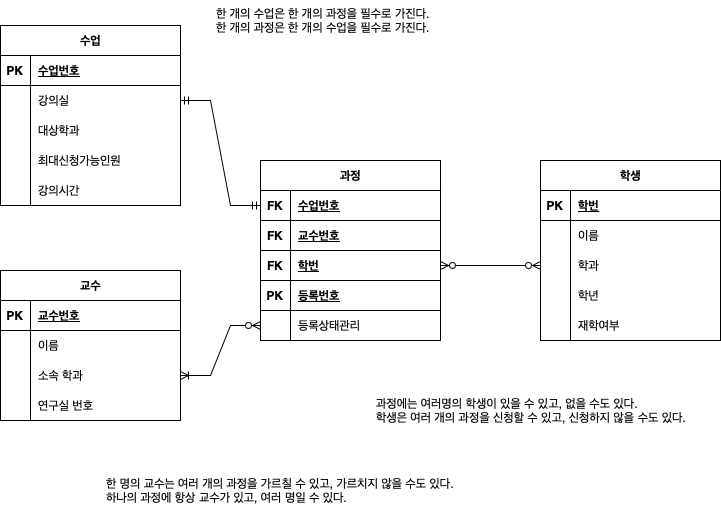
Earlier version of the draw.io export Data Modeling/수강신청.drawio.png (ikkjun/SQL). Source tidied: cells renumbered, new cells last; positions are measured from the earlier drawing's top-left corner, leaving out a move shared by most shapes.
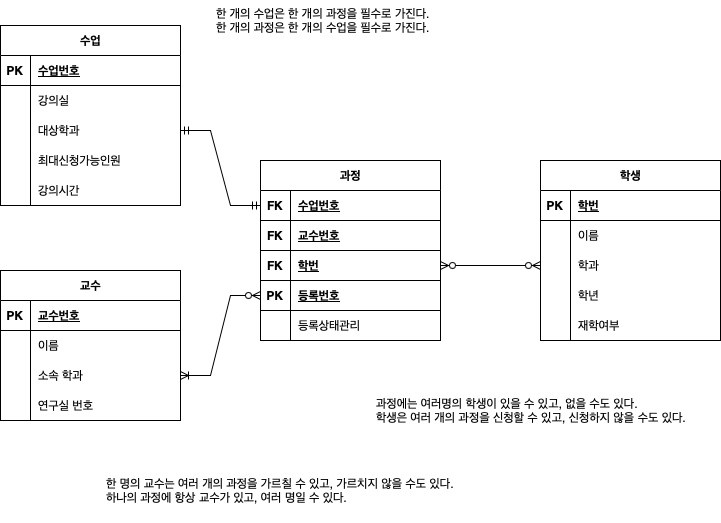
The same diagram one commit later.

Commit message:
수강신청.drawio.png 업데이트

What changed in the source:
```diff
@@ -191,7 +191,7 @@
     <mxCell id="64" value="한 명의 교수는 여러 개의 과정을 가르칠 수 있고, 가르치지 않을 수도 있다.&amp;nbsp;&lt;br&gt;하나의 과정에 항상 교수가 있고, 여러 명일 수 있다." style="text;strokeColor=none;fillColor=none;spacingLeft=4;spacingRight=4;overflow=hidden;fontSize=12;whiteSpace=wrap;html=1;" parent="1" vertex="1">
       <mxGeometry x="100" y="470" width="380" height="50" as="geometry" />
     </mxCell>
-    <mxCell id="65" style="edgeStyle=entityRelationEdgeStyle;fontSize=12;html=1;endArrow=ERmandOne;startArrow=ERmandOne;rounded=0;entryX=0;entryY=0.5;entryDx=0;entryDy=0;exitX=1;exitY=0.5;exitDx=0;exitDy=0;" parent="1" edge="1" source="6" target="49">
+    <mxCell id="65" style="edgeStyle=entityRelationEdgeStyle;fontSize=12;html=1;endArrow=ERmandOne;startArrow=ERmandOne;rounded=0;entryX=0;entryY=0.5;entryDx=0;entryDy=0;exitX=1;exitY=0.5;exitDx=0;exitDy=0;" parent="1" edge="1" source="9" target="49">
       <mxGeometry relative="1" as="geometry" />
     </mxCell>
     <mxCell id="66" value="과정에는 여러명의 학생이 있을 수 있고, 없을 수도 있다. &lt;br&gt;학생은 여러 개의 과정을 신청할 수 있고, 신청하지 않을 수도 있다." style="text;strokeColor=none;fillColor=none;spacingLeft=4;spacingRight=4;overflow=hidden;fontSize=12;whiteSpace=wrap;html=1;" parent="1" vertex="1">
@@ -204,7 +204,7 @@
         </Array>
       </mxGeometry>
     </mxCell>
-    <mxCell id="68" style="edgeStyle=entityRelationEdgeStyle;fontSize=12;html=1;endArrow=ERoneToMany;startArrow=ERzeroToMany;rounded=0;exitX=0;exitY=0.5;exitDx=0;exitDy=0;entryX=1;entryY=0.5;entryDx=0;entryDy=0;" parent="1" edge="1" source="61" target="25">
+    <mxCell id="68" style="edgeStyle=entityRelationEdgeStyle;fontSize=12;html=1;endArrow=ERoneToMany;startArrow=ERzeroToMany;rounded=0;exitX=0;exitY=0.5;exitDx=0;exitDy=0;entryX=1;entryY=0.5;entryDx=0;entryDy=0;" parent="1" edge="1" source="58" target="25">
       <mxGeometry relative="1" as="geometry" />
     </mxCell>
   </root>
```
